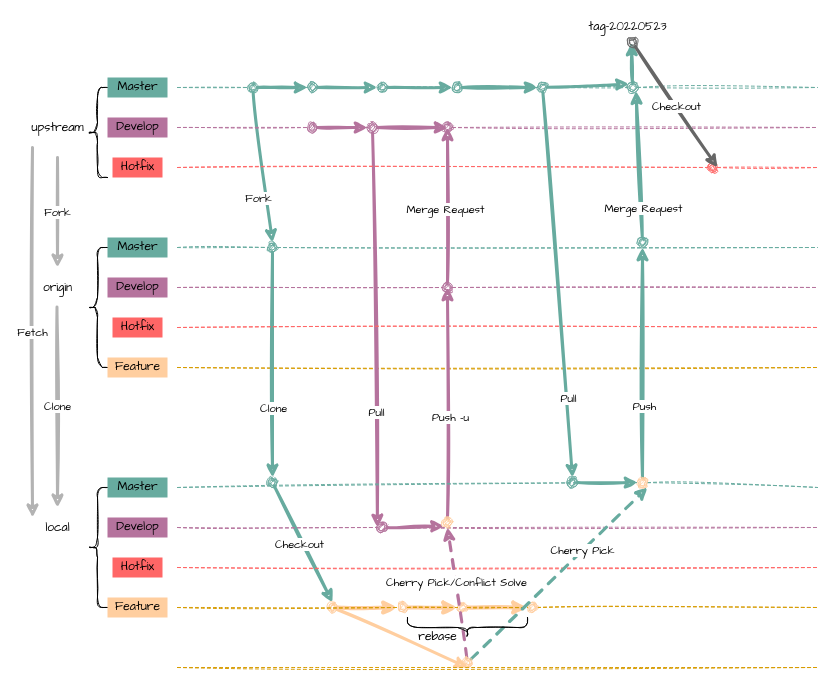
Above: Git Operation.drawio in yindongjun/gangzhang.github.io (draw.io), before the change. Source tidied: cells renumbered, new cells numbered last; positions are measured from the earlier drawing's top-left corner, leaving out a move shared by most shapes. Both pictures are drawn from the tidied source at 100%, with x=0, y=0 at pixel (22, 17).
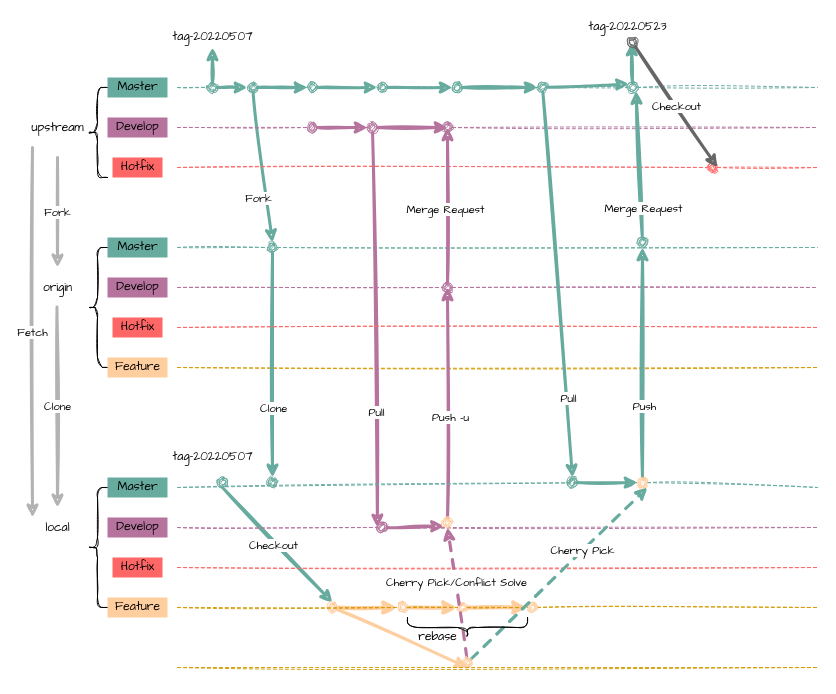
Above is the later version.

The change refers to these unchanged cells:
```xml
<mxCell id="33" style="ellipse;shape=doubleEllipse;whiteSpace=wrap;html=1;sketch=1;fontFamily=Comic Sans MS;fillColor=#67AB9F;strokeColor=#67AB9F;" parent="1" vertex="1">
  <mxGeometry x="245" y="460" width="10" height="10" as="geometry" />
</mxCell>
<mxCell id="45" style="ellipse;shape=doubleEllipse;whiteSpace=wrap;html=1;sketch=1;fontFamily=Comic Sans MS;fillColor=#67AB9F;strokeColor=#67AB9F;" parent="1" vertex="1">
  <mxGeometry x="225" y="65" width="10" height="10" as="geometry" />
</mxCell>
<mxCell id="51" style="ellipse;shape=doubleEllipse;whiteSpace=wrap;html=1;sketch=1;fontFamily=Comic Sans MS;fillColor=#FFCE9F;strokeColor=#FFCE9F;" parent="1" vertex="1">
  <mxGeometry x="305" y="585" width="10" height="10" as="geometry" />
</mxCell>
```

What changed in the source:
```diff
@@
-    <mxCell id="31" style="edgeStyle=none;rounded=0;sketch=1;jettySize=auto;html=1;entryX=0.5;entryY=0;entryDx=0;entryDy=0;fontFamily=Comic Sans MS;fontColor=#67AB9F;strokeColor=#67AB9F;strokeWidth=3;" parent="1" edge="1" source="33" target="51">
+    <mxCell id="31" style="edgeStyle=none;rounded=0;sketch=1;jettySize=auto;html=1;entryX=0.5;entryY=0;entryDx=0;entryDy=0;fontFamily=Comic Sans MS;fontColor=#67AB9F;strokeColor=#67AB9F;strokeWidth=3;exitX=0.5;exitY=1;exitDx=0;exitDy=0;" parent="1" edge="1" source="122" target="51">
       <mxGeometry relative="1" as="geometry" />
     </mxCell>
@@
-    <mxCell id="46" style="endArrow=none;html=1;rounded=0;sketch=1;strokeColor=#67AB9F;dashed=1;" parent="1" edge="1" target="45">
-      <mxGeometry relative="1" as="geometry">
-        <mxPoint x="155" y="70" as="sourcePoint" />
-      </mxGeometry>
+    <mxCell id="46" style="endArrow=none;html=1;rounded=0;sketch=1;strokeColor=#67AB9F;dashed=1;startArrow=none;" parent="1" edge="1" source="118" target="45">
+      <mxGeometry relative="1" as="geometry" />
     </mxCell>
@@
+    <mxCell id="116" style="edgeStyle=none;rounded=0;sketch=1;jettySize=auto;html=1;fontFamily=Comic Sans MS;fontColor=#000000;strokeColor=#67AB9F;strokeWidth=3;" parent="1" edge="1" source="118">
+      <mxGeometry relative="1" as="geometry">
+        <mxPoint x="225" y="70" as="targetPoint" />
+      </mxGeometry>
+    </mxCell>
+    <mxCell id="117" style="edgeStyle=none;rounded=0;sketch=1;jettySize=auto;html=1;fontFamily=Comic Sans MS;fontColor=#000000;strokeColor=#67AB9F;strokeWidth=3;" parent="1" edge="1" source="118" target="120">
+      <mxGeometry relative="1" as="geometry" />
+    </mxCell>
+    <mxCell id="118" style="ellipse;shape=doubleEllipse;whiteSpace=wrap;html=1;sketch=1;fontFamily=Comic Sans MS;fillColor=#67AB9F;strokeColor=#67AB9F;" parent="1" vertex="1">
+      <mxGeometry x="185" y="65" width="10" height="10" as="geometry" />
+    </mxCell>
+    <mxCell id="119" style="endArrow=none;html=1;rounded=0;sketch=1;strokeColor=#67AB9F;dashed=1;" parent="1" edge="1" target="118">
+      <mxGeometry relative="1" as="geometry">
+        <mxPoint x="155" y="70" as="sourcePoint" />
+      </mxGeometry>
+    </mxCell>
+    <mxCell id="120" value="tag-20220507" style="text;html=1;align=center;verticalAlign=middle;points=[];strokeColor=none;fillColor=none;fontFamily=Comic Sans MS;fontColor=#000000;" parent="1" vertex="1">
+      <mxGeometry x="140" y="10" width="100" height="20" as="geometry" />
+    </mxCell>
+    <mxCell id="121" value="tag-20220507" style="text;html=1;align=center;verticalAlign=middle;strokeColor=none;fillColor=none;fontFamily=Comic Sans MS;fontColor=#000000;" parent="1" vertex="1">
+      <mxGeometry x="140" y="430" width="100" height="20" as="geometry" />
+    </mxCell>
+    <mxCell id="122" style="ellipse;shape=doubleEllipse;whiteSpace=wrap;html=1;sketch=1;fontFamily=Comic Sans MS;fillColor=#67AB9F;strokeColor=#67AB9F;" parent="1" vertex="1">
+      <mxGeometry x="195" y="460" width="10" height="10" as="geometry" />
+    </mxCell>
```
